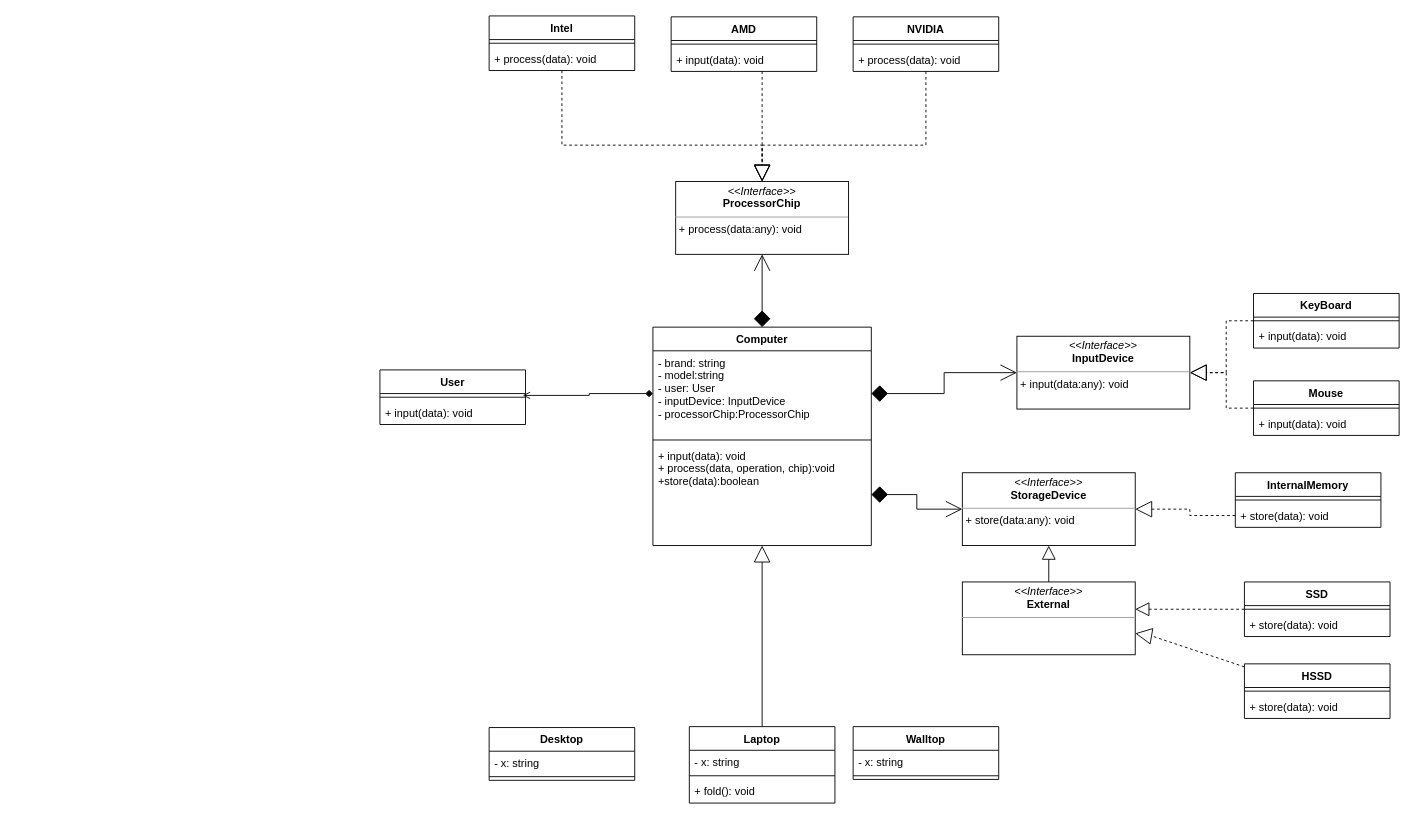
This is Design.drawio from sarahannie/BC13-SOLID, a draw.io file, before an edit. Source tidied: cells renumbered, new cells numbered last; positions are measured from the earlier drawing's top-left corner, leaving out a move shared by most shapes. Both pictures are drawn from the tidied source at 91%, with x=0, y=0 at pixel (379, 15).
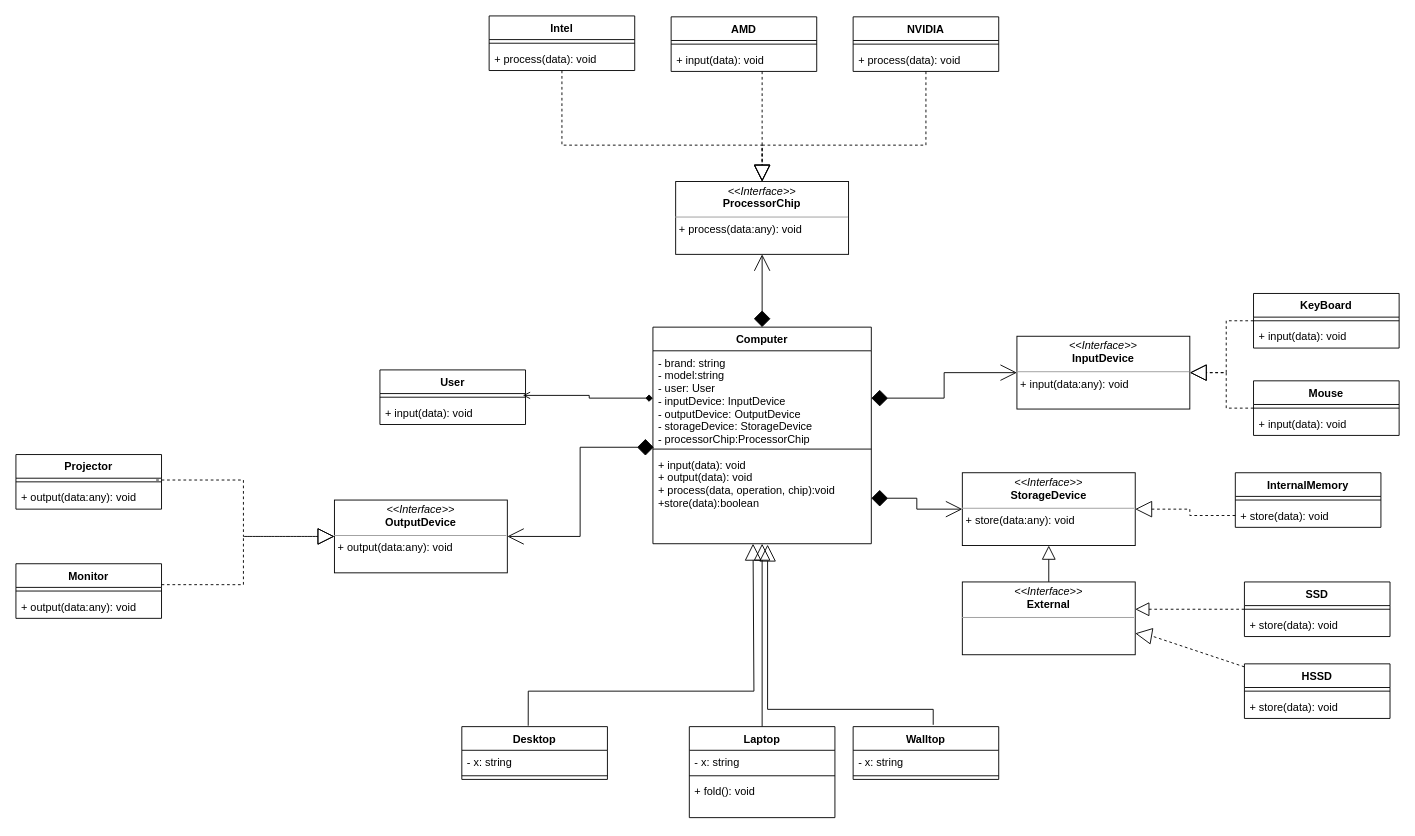
Above is the later version.

Unchanged cells that the change refers to:
```xml
<mxCell id="14" value="Walltop" style="swimlane;fontStyle=1;align=center;verticalAlign=top;horizontal=1;startSize=26;" parent="1" vertex="1">
  <mxGeometry x="520" y="781" width="160" height="58" as="geometry" />
</mxCell>
```

Change to the diagram source:
```diff
@@
     <mxCell id="2" value="Computer" style="swimlane;fontStyle=1;align=center;verticalAlign=top;horizontal=1;startSize=26;" parent="1" vertex="1">
-      <mxGeometry x="300" y="342" width="240" height="240" as="geometry" />
+      <mxGeometry x="300" y="342" width="240" height="238" as="geometry" />
     </mxCell>
-    <mxCell id="3" value="- brand: string&#10;- model:string&#10;- user: User&#10;- inputDevice: InputDevice&#10;- processorChip:ProcessorChip" style="text;strokeColor=none;fillColor=none;align=left;verticalAlign=top;spacingLeft=4;spacingRight=4;overflow=hidden;points=[[0,0.5],[1,0.5]];portConstraint=eastwest;" parent="2" vertex="1">
-      <mxGeometry y="26" width="240" height="94" as="geometry" />
+    <mxCell id="3" value="- brand: string&#10;- model:string&#10;- user: User&#10;- inputDevice: InputDevice&#10;- outputDevice: OutputDevice&#10;- storageDevice: StorageDevice&#10;- processorChip:ProcessorChip" style="text;strokeColor=none;fillColor=none;align=left;verticalAlign=top;spacingLeft=4;spacingRight=4;overflow=hidden;points=[[0,0.5],[1,0.5]];portConstraint=eastwest;" parent="2" vertex="1">
+      <mxGeometry y="26" width="240" height="104" as="geometry" />
     </mxCell>
     <mxCell id="4" style="line;strokeWidth=1;fillColor=none;align=left;verticalAlign=middle;spacingTop=-1;spacingLeft=3;spacingRight=3;labelPosition=right;points=[];portConstraint=eastwest;" parent="2" vertex="1">
-      <mxGeometry y="120" width="240" height="8" as="geometry" />
+      <mxGeometry y="130" width="240" height="8" as="geometry" />
     </mxCell>
-    <mxCell id="5" value="+ input(data): void&#10;+ process(data, operation, chip):void&#10;+store(data):boolean" style="text;strokeColor=none;fillColor=none;align=left;verticalAlign=top;spacingLeft=4;spacingRight=4;overflow=hidden;points=[[0,0.5],[1,0.5]];portConstraint=eastwest;" parent="2" vertex="1">
-      <mxGeometry y="128" width="240" height="112" as="geometry" />
+    <mxCell id="5" value="+ input(data): void&#10;+ output(data): void&#10;+ process(data, operation, chip):void&#10;+store(data):boolean" style="text;strokeColor=none;fillColor=none;align=left;verticalAlign=top;spacingLeft=4;spacingRight=4;overflow=hidden;points=[[0,0.5],[1,0.5]];portConstraint=eastwest;" parent="2" vertex="1">
+      <mxGeometry y="138" width="240" height="100" as="geometry" />
     </mxCell>
-    <mxCell id="6" value="Desktop" style="swimlane;fontStyle=1;align=center;verticalAlign=top;horizontal=1;startSize=26;" parent="1" vertex="1">
-      <mxGeometry x="120" y="782" width="160" height="58" as="geometry" />
-    </mxCell>
-    <mxCell id="7" value="- x: string&#10;" style="text;strokeColor=none;fillColor=none;align=left;verticalAlign=top;spacingLeft=4;spacingRight=4;overflow=hidden;" parent="6" vertex="1">
-      <mxGeometry y="26" width="160" height="24" as="geometry" />
-    </mxCell>
-    <mxCell id="8" style="line;strokeWidth=1;fillColor=none;align=left;verticalAlign=middle;spacingTop=-1;spacingLeft=3;spacingRight=3;labelPosition=right;" parent="6" vertex="1">
-      <mxGeometry y="50" width="160" height="8" as="geometry" />
-    </mxCell>
@@
     <mxCell id="10" value="Laptop" style="swimlane;fontStyle=1;align=center;verticalAlign=top;horizontal=1;startSize=26;" parent="1" vertex="1">
-      <mxGeometry x="340" y="781" width="160" height="84" as="geometry" />
+      <mxGeometry x="340" y="781" width="160" height="100" as="geometry" />
     </mxCell>
@@
-    <mxCell id="13" value="+ fold(): void" style="text;strokeColor=none;fillColor=none;align=left;verticalAlign=top;spacingLeft=4;spacingRight=4;overflow=hidden;" parent="10" vertex="1">
-      <mxGeometry y="58" width="160" height="26" as="geometry" />
+    <mxCell id="13" value="+ fold(): void&#10;" style="text;strokeColor=none;fillColor=none;align=left;verticalAlign=top;spacingLeft=4;spacingRight=4;overflow=hidden;" parent="10" vertex="1">
+      <mxGeometry y="58" width="160" height="42" as="geometry" />
     </mxCell>
@@
+    <mxCell id="62" value="&lt;p style=&quot;margin: 0px ; margin-top: 4px ; text-align: center&quot;&gt;&lt;i&gt;&amp;lt;&amp;lt;Interface&amp;gt;&amp;gt;&lt;/i&gt;&lt;br&gt;&lt;b&gt;OutputDevice&lt;/b&gt;&lt;/p&gt;&lt;hr size=&quot;1&quot;&gt;&lt;p style=&quot;margin: 0px ; margin-left: 4px&quot;&gt;&lt;/p&gt;&lt;p style=&quot;margin: 0px ; margin-left: 4px&quot;&gt;+ output(data:any): void&lt;br&gt;&lt;br&gt;&lt;/p&gt;" style="verticalAlign=top;align=left;overflow=fill;fontSize=12;fontFamily=Helvetica;html=1;" parent="1" vertex="1">
+      <mxGeometry x="-50" y="532" width="190" height="80" as="geometry" />
+    </mxCell>
+    <mxCell id="63" style="edgeStyle=orthogonalEdgeStyle;rounded=0;jettySize=auto;html=1;endArrow=open;endFill=0;endSize=16;startArrow=diamond;startFill=1;startSize=16;exitX=0.004;exitY=0.25;exitDx=0;exitDy=0;exitPerimeter=0;entryX=1;entryY=0.5;entryDx=0;entryDy=0;" parent="1" edge="1" source="4" target="62">
+      <mxGeometry relative="1" as="geometry" />
+    </mxCell>
+    <mxCell id="64" value="Monitor" style="swimlane;fontStyle=1;align=center;verticalAlign=top;horizontal=1;startSize=26;" parent="1" vertex="1">
+      <mxGeometry x="-400" y="602" width="160" height="60" as="geometry" />
+    </mxCell>
+    <mxCell id="65" style="line;strokeWidth=1;fillColor=none;align=left;verticalAlign=middle;spacingTop=-1;spacingLeft=3;spacingRight=3;labelPosition=right;" parent="64" vertex="1">
+      <mxGeometry y="26" width="160" height="8" as="geometry" />
+    </mxCell>
+    <mxCell id="66" value="+ output(data:any): void" style="text;strokeColor=none;fillColor=none;align=left;verticalAlign=top;spacingLeft=4;spacingRight=4;overflow=hidden;" parent="64" vertex="1">
+      <mxGeometry y="34" width="160" height="26" as="geometry" />
+    </mxCell>
+    <mxCell id="67" value="Projector" style="swimlane;fontStyle=1;align=center;verticalAlign=top;horizontal=1;startSize=26;" parent="1" vertex="1">
+      <mxGeometry x="-400" y="482" width="160" height="60" as="geometry" />
+    </mxCell>
+    <mxCell id="68" style="line;strokeWidth=1;fillColor=none;align=left;verticalAlign=middle;spacingTop=-1;spacingLeft=3;spacingRight=3;labelPosition=right;" parent="67" vertex="1">
+      <mxGeometry y="26" width="160" height="8" as="geometry" />
+    </mxCell>
+    <mxCell id="69" value="+ output(data:any): void" style="text;strokeColor=none;fillColor=none;align=left;verticalAlign=top;spacingLeft=4;spacingRight=4;overflow=hidden;points=[[0,0.5],[1,0.5]];portConstraint=eastwest;" parent="67" vertex="1">
+      <mxGeometry y="34" width="160" height="26" as="geometry" />
+    </mxCell>
+    <mxCell id="70" style="edgeStyle=orthogonalEdgeStyle;rounded=0;jettySize=auto;html=1;entryX=0;entryY=0.5;entryDx=0;entryDy=0;dashed=1;endArrow=block;endFill=0;endSize=16;exitX=0.963;exitY=-0.231;exitDx=0;exitDy=0;exitPerimeter=0;" parent="1" edge="1" source="69" target="62">
+      <mxGeometry relative="1" as="geometry" />
+    </mxCell>
+    <mxCell id="71" style="edgeStyle=orthogonalEdgeStyle;rounded=0;jettySize=auto;html=1;entryX=0;entryY=0.5;entryDx=0;entryDy=0;dashed=1;endArrow=block;endFill=0;endSize=16;exitX=1;exitY=0.383;exitDx=0;exitDy=0;exitPerimeter=0;" parent="1" edge="1" source="64" target="62">
+      <mxGeometry relative="1" as="geometry" />
+    </mxCell>
+    <mxCell id="6" value="Desktop" style="swimlane;fontStyle=1;align=center;verticalAlign=top;horizontal=1;startSize=26;" parent="1" vertex="1">
+      <mxGeometry x="90" y="781" width="160" height="58" as="geometry" />
+    </mxCell>
+    <mxCell id="7" value="- x: string&#10;" style="text;strokeColor=none;fillColor=none;align=left;verticalAlign=top;spacingLeft=4;spacingRight=4;overflow=hidden;" parent="6" vertex="1">
+      <mxGeometry y="26" width="160" height="24" as="geometry" />
+    </mxCell>
+    <mxCell id="8" style="line;strokeWidth=1;fillColor=none;align=left;verticalAlign=middle;spacingTop=-1;spacingLeft=3;spacingRight=3;labelPosition=right;" parent="6" vertex="1">
+      <mxGeometry y="50" width="160" height="8" as="geometry" />
+    </mxCell>
+    <mxCell id="72" style="edgeStyle=orthogonalEdgeStyle;rounded=0;jettySize=auto;html=1;endArrow=block;endFill=0;endSize=16;entryX=0.525;entryY=1.01;entryDx=0;entryDy=0;entryPerimeter=0;exitX=0.55;exitY=-0.034;exitDx=0;exitDy=0;exitPerimeter=0;" parent="1" edge="1" source="14" target="5">
+      <mxGeometry relative="1" as="geometry">
+        <Array as="points">
+          <mxPoint x="608" y="762" />
+          <mxPoint x="426" y="762" />
+        </Array>
+      </mxGeometry>
+    </mxCell>
+    <mxCell id="73" style="edgeStyle=orthogonalEdgeStyle;rounded=0;jettySize=auto;html=1;endArrow=block;endFill=0;endSize=16;exitX=0.456;exitY=-0.017;exitDx=0;exitDy=0;exitPerimeter=0;" parent="1" edge="1" source="6">
+      <mxGeometry relative="1" as="geometry">
+        <mxPoint x="410" y="580" as="targetPoint" />
+        <Array as="points">
+          <mxPoint x="163" y="742" />
+          <mxPoint x="411" y="742" />
+        </Array>
+      </mxGeometry>
+    </mxCell>
```
